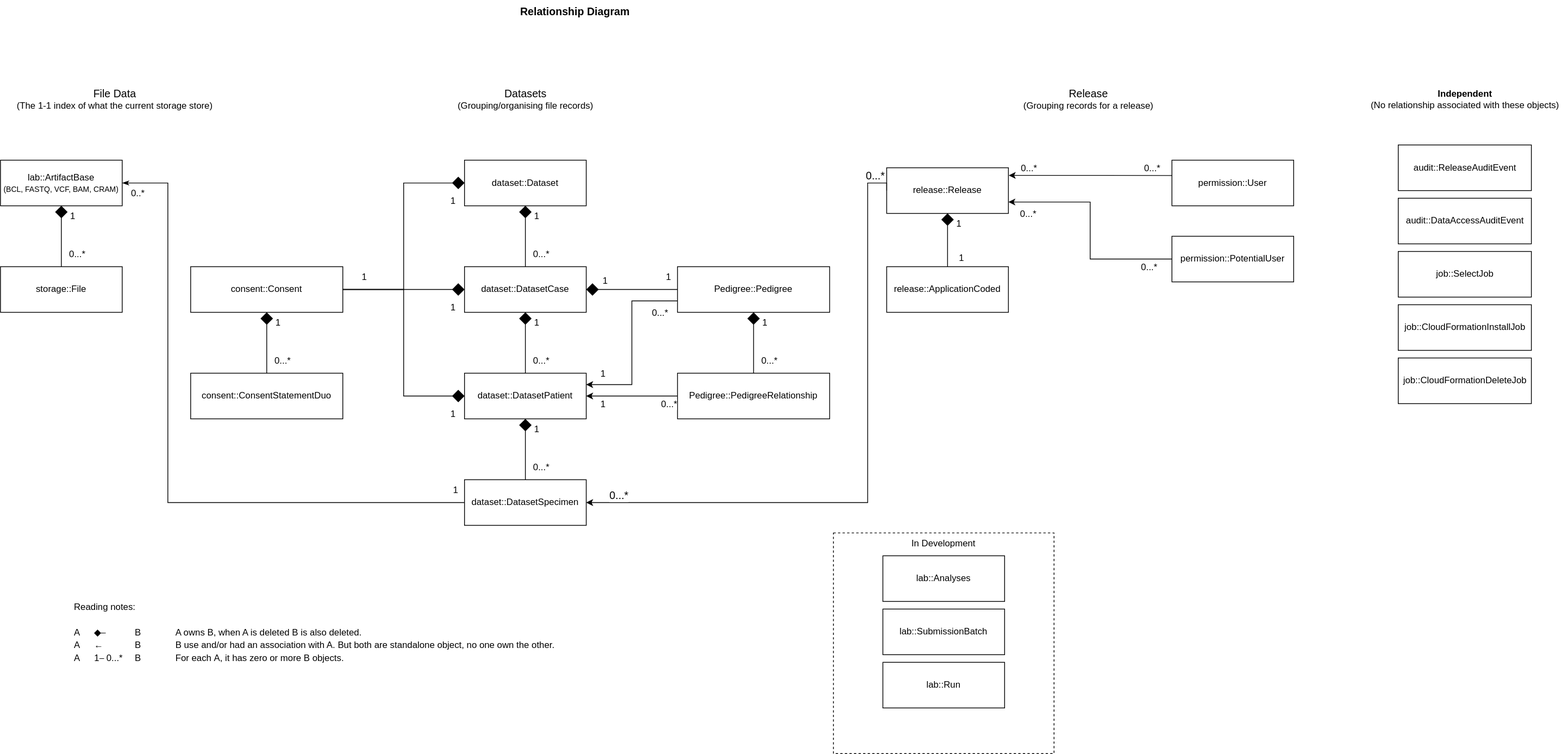
The draw.io diagram docs/architecture/relationship.drawio.svg in elsa-data/elsa-data, before a commit. Source tidied: cells renumbered, new cells last; positions are measured from the earlier drawing's top-left corner, leaving out a move shared by most shapes.
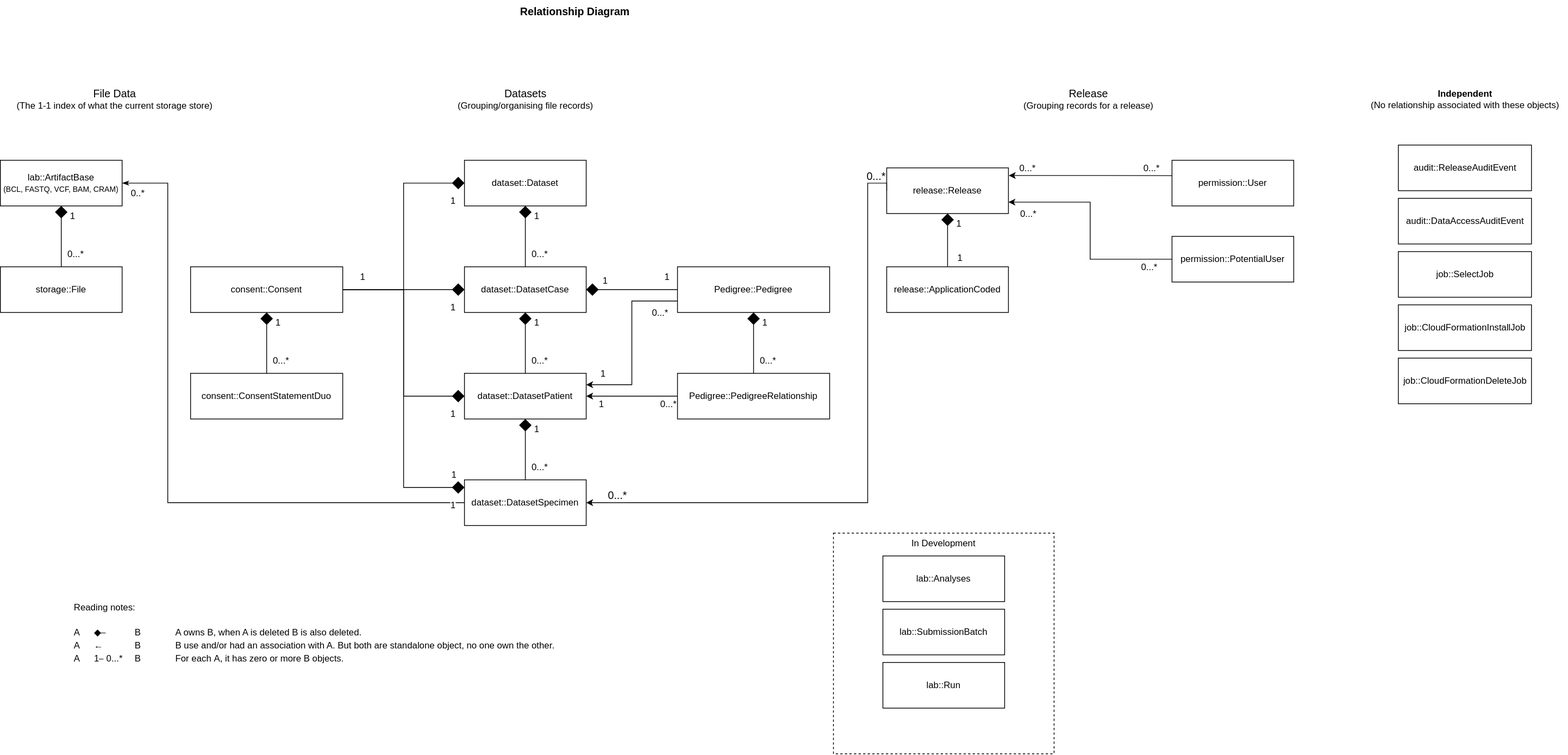
The same diagram one commit later.

Commit message:
audit access control

Diff of the diagram source:
```diff
@@ -261,7 +261,7 @@
     </mxCell>
     <mxCell id="68" value="1" style="edgeLabel;html=1;align=right;verticalAlign=top;rounded=0;strokeColor=default;fontFamily=Helvetica;fontSize=12;fontColor=default;fillColor=default;" parent="66" vertex="1">
       <mxGeometry x="1" relative="1" as="geometry">
-        <mxPoint x="-10" y="-30" as="offset" />
+        <mxPoint x="-10" y="-50" as="offset" />
       </mxGeometry>
     </mxCell>
     <mxCell id="69" value="&lt;font style=&quot;font-size: 14px;&quot;&gt;Datasets&lt;br style=&quot;&quot;&gt;&lt;/font&gt;&lt;font style=&quot;font-size: 12px;&quot;&gt;(Grouping/organising file records)&lt;/font&gt;" style="text;html=1;align=center;verticalAlign=middle;strokeColor=none;fillColor=none;" parent="1" vertex="1">
@@ -352,5 +352,18 @@
         <mxPoint x="30" y="-30" as="offset" />
       </mxGeometry>
     </mxCell>
+    <mxCell id="88" style="endArrow=none;html=1;endSize=12;startArrow=diamond;startSize=14;startFill=1;edgeStyle=orthogonalEdgeStyle;rounded=0;fontFamily=Helvetica;fontSize=12;fontColor=default;endFill=0;entryX=1;entryY=0.5;entryDx=0;entryDy=0;exitX=0;exitY=0.167;exitDx=0;exitDy=0;exitPerimeter=0;" parent="1" edge="1" source="4" target="23">
+      <mxGeometry relative="1" as="geometry" />
+    </mxCell>
+    <mxCell id="89" value="1" style="edgeLabel;html=1;align=left;verticalAlign=top;rounded=0;strokeColor=default;fontFamily=Helvetica;fontSize=12;fontColor=default;fillColor=default;" parent="88" vertex="1">
+      <mxGeometry x="-1" relative="1" as="geometry">
+        <mxPoint x="-20" y="10" as="offset" />
+      </mxGeometry>
+    </mxCell>
+    <mxCell id="90" value="1" style="edgeLabel;html=1;align=right;verticalAlign=top;rounded=0;strokeColor=default;fontFamily=Helvetica;fontSize=12;fontColor=default;fillColor=default;" parent="88" vertex="1">
+      <mxGeometry x="1" relative="1" as="geometry">
+        <mxPoint x="30" y="-30" as="offset" />
+      </mxGeometry>
+    </mxCell>
   </root>
 </mxGraphModel>
```
